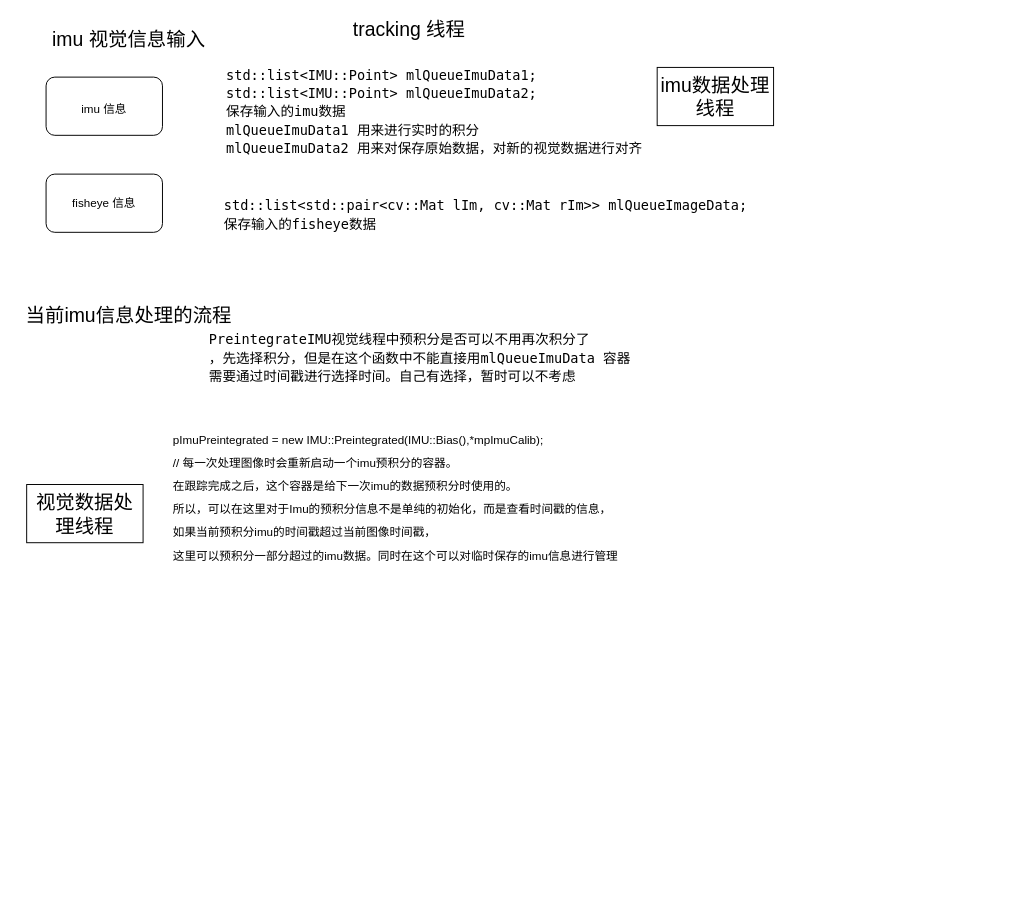
Earlier version of the draw.io diagram imu_fisheye.drawio (Peter1qaz2wsx/flow_chart-). Source tidied: cells renumbered, new cells numbered last; positions are measured from the earlier drawing's top-left corner, leaving out a move shared by most shapes. Both pictures are drawn from the tidied source at 97%, with x=0, y=0 at pixel (16, 18).
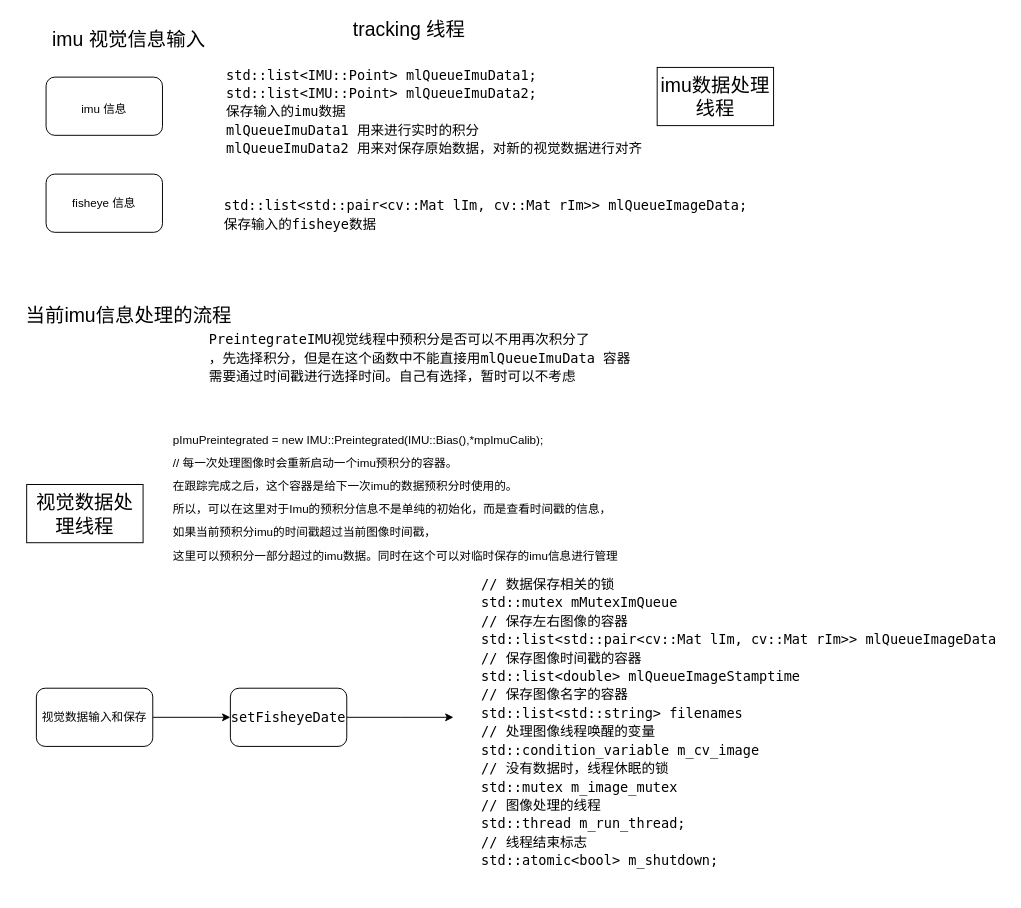
The same page after the edit.

Diff of the diagram source:
```diff
@@
 <mxGraphModel>
   <root>
     <mxCell id="0" />
     <mxCell id="1" parent="0" />
     <mxCell id="2" value="&lt;span style=&quot;font-size: 20px&quot;&gt;imu 视觉信息输入&lt;/span&gt;" style="text;html=1;align=center;verticalAlign=middle;strokeColor=none;fillColor=none;" parent="1" vertex="1">
       <mxGeometry x="30" y="10" width="170" height="20" as="geometry" />
     </mxCell>
     <mxCell id="3" value="&lt;font style=&quot;vertical-align: inherit ; font-size: 12px&quot;&gt;imu 信息&lt;/font&gt;" style="rounded=1;whiteSpace=wrap;html=1;fontSize=20;" parent="1" vertex="1">
       <mxGeometry x="30" y="60" width="120" height="60" as="geometry" />
     </mxCell>
     <mxCell id="4" value="fisheye 信息" style="rounded=1;whiteSpace=wrap;html=1;" parent="1" vertex="1">
       <mxGeometry x="30" y="160" width="120" height="60" as="geometry" />
     </mxCell>
     <mxCell id="5" value="&lt;font style=&quot;font-size: 20px&quot;&gt;tracking 线程&lt;/font&gt;" style="text;html=1;align=center;verticalAlign=middle;strokeColor=none;fillColor=none;fontSize=12;" parent="1" vertex="1">
       <mxGeometry x="339" width="130" height="20" as="geometry" />
     </mxCell>
     <mxCell id="6" value="&lt;div style=&quot;text-align: justify ; font-family: &amp;#34;droid sans mono&amp;#34; , &amp;#34;monospace&amp;#34; , monospace , &amp;#34;droid sans fallback&amp;#34; ; font-size: 14px ; line-height: 19px&quot;&gt;std::list&amp;lt;IMU::Point&amp;gt; mlQueueImuData1;&lt;/div&gt;&lt;div style=&quot;text-align: justify ; font-family: &amp;#34;droid sans mono&amp;#34; , &amp;#34;monospace&amp;#34; , monospace , &amp;#34;droid sans fallback&amp;#34; ; font-size: 14px ; line-height: 19px&quot;&gt;std::list&amp;lt;IMU::Point&amp;gt; mlQueueImuData2;&lt;br&gt;&lt;/div&gt;&lt;div style=&quot;text-align: justify ; font-family: &amp;#34;droid sans mono&amp;#34; , &amp;#34;monospace&amp;#34; , monospace , &amp;#34;droid sans fallback&amp;#34; ; font-size: 14px ; line-height: 19px&quot;&gt;保存输入的imu数据&lt;/div&gt;&lt;div style=&quot;text-align: justify ; font-family: &amp;#34;droid sans mono&amp;#34; , &amp;#34;monospace&amp;#34; , monospace , &amp;#34;droid sans fallback&amp;#34; ; font-size: 14px ; line-height: 19px&quot;&gt;mlQueueImuData1 用来进行实时的积分&lt;br&gt;&lt;/div&gt;&lt;div style=&quot;text-align: justify ; font-family: &amp;#34;droid sans mono&amp;#34; , &amp;#34;monospace&amp;#34; , monospace , &amp;#34;droid sans fallback&amp;#34; ; font-size: 14px ; line-height: 19px&quot;&gt;mlQueueImuData2 用来对保存原始数据，对新的视觉数据进行对齐&lt;br&gt;&lt;/div&gt;&lt;div style=&quot;text-align: justify ; font-family: &amp;#34;droid sans mono&amp;#34; , &amp;#34;monospace&amp;#34; , monospace , &amp;#34;droid sans fallback&amp;#34; ; font-size: 14px ; line-height: 19px&quot;&gt;&lt;br&gt;&lt;/div&gt;&lt;div style=&quot;text-align: justify ; font-family: &amp;#34;droid sans mono&amp;#34; , &amp;#34;monospace&amp;#34; , monospace , &amp;#34;droid sans fallback&amp;#34; ; font-size: 14px ; line-height: 19px&quot;&gt;&lt;br&gt;&lt;/div&gt;&lt;div style=&quot;text-align: justify ; font-family: &amp;#34;droid sans mono&amp;#34; , &amp;#34;monospace&amp;#34; , monospace , &amp;#34;droid sans fallback&amp;#34; ; font-size: 14px ; line-height: 19px&quot;&gt;&lt;br&gt;&lt;/div&gt;" style="text;html=1;align=center;verticalAlign=middle;strokeColor=none;fillColor=none;fontSize=20;" parent="1" vertex="1">
       <mxGeometry x="210" y="44" width="440" height="160" as="geometry" />
     </mxCell>
     <mxCell id="7" value="&lt;div style=&quot;text-align: justify ; font-family: &amp;#34;droid sans mono&amp;#34; , &amp;#34;monospace&amp;#34; , monospace , &amp;#34;droid sans fallback&amp;#34; ; font-size: 14px ; line-height: 19px&quot;&gt;std::list&amp;lt;std::pair&amp;lt;&lt;span style=&quot;font-family: &amp;#34;droid sans mono&amp;#34; , &amp;#34;monospace&amp;#34; , monospace , &amp;#34;droid sans fallback&amp;#34;&quot;&gt;cv&lt;/span&gt;&lt;span style=&quot;font-family: &amp;#34;droid sans mono&amp;#34; , &amp;#34;monospace&amp;#34; , monospace , &amp;#34;droid sans fallback&amp;#34;&quot;&gt;::Mat lIm,&amp;nbsp;&lt;/span&gt;&lt;span style=&quot;font-family: &amp;#34;droid sans mono&amp;#34; , &amp;#34;monospace&amp;#34; , monospace , &amp;#34;droid sans fallback&amp;#34; ; text-align: center&quot;&gt;cv&lt;/span&gt;&lt;span style=&quot;font-family: &amp;#34;droid sans mono&amp;#34; , &amp;#34;monospace&amp;#34; , monospace , &amp;#34;droid sans fallback&amp;#34; ; text-align: center&quot;&gt;::Mat rIm&amp;gt;&lt;/span&gt;&amp;gt; mlQueueImageData;&lt;/div&gt;&lt;div style=&quot;text-align: justify ; font-family: &amp;#34;droid sans mono&amp;#34; , &amp;#34;monospace&amp;#34; , monospace , &amp;#34;droid sans fallback&amp;#34; ; font-size: 14px ; line-height: 19px&quot;&gt;保存输入的fisheye数据&lt;/div&gt;" style="text;html=1;align=center;verticalAlign=middle;strokeColor=none;fillColor=none;fontSize=20;fontColor=#000000;" parent="1" vertex="1">
       <mxGeometry x="208" y="182" width="550" height="40" as="geometry" />
     </mxCell>
     <mxCell id="8" value="当前imu信息处理的流程" style="text;html=1;align=center;verticalAlign=middle;strokeColor=none;fillColor=none;fontSize=20;fontColor=#000000;" parent="1" vertex="1">
       <mxGeometry y="290" width="230" height="30" as="geometry" />
     </mxCell>
     <mxCell id="9" value="&lt;div style=&quot;text-align: justify ; font-family: &amp;#34;droid sans mono&amp;#34; , &amp;#34;monospace&amp;#34; , monospace , &amp;#34;droid sans fallback&amp;#34; ; font-size: 14px ; line-height: 19px&quot;&gt;PreintegrateIMU视觉线程中预积分是否可以不用再次积分了&lt;/div&gt;&lt;div style=&quot;text-align: justify ; font-family: &amp;#34;droid sans mono&amp;#34; , &amp;#34;monospace&amp;#34; , monospace , &amp;#34;droid sans fallback&amp;#34; ; font-size: 14px ; line-height: 19px&quot;&gt;，先选择积分，但是在这个函数中不能直接用&lt;span style=&quot;font-family: &amp;#34;droid sans mono&amp;#34; , &amp;#34;monospace&amp;#34; , monospace , &amp;#34;droid sans fallback&amp;#34; ; text-align: center&quot;&gt;mlQueueImuData 容器&lt;/span&gt;&lt;/div&gt;&lt;div style=&quot;text-align: justify ; font-family: &amp;#34;droid sans mono&amp;#34; , &amp;#34;monospace&amp;#34; , monospace , &amp;#34;droid sans fallback&amp;#34; ; font-size: 14px ; line-height: 19px&quot;&gt;&lt;span style=&quot;font-family: &amp;#34;droid sans mono&amp;#34; , &amp;#34;monospace&amp;#34; , monospace , &amp;#34;droid sans fallback&amp;#34; ; text-align: center&quot;&gt;需要通过时间戳进行选择时间。自己有选择，暂时可以不考虑&lt;/span&gt;&lt;/div&gt;" style="text;html=1;align=center;verticalAlign=middle;strokeColor=none;fillColor=none;fontSize=20;fontColor=#000000;" parent="1" vertex="1">
       <mxGeometry x="190" y="320" width="450" height="60" as="geometry" />
     </mxCell>
     <mxCell id="10" value="imu数据处理线程" style="whiteSpace=wrap;html=1;labelBackgroundColor=none;fontSize=20;fontColor=#000000;" parent="1" vertex="1">
       <mxGeometry x="660" y="50" width="120" height="60" as="geometry" />
     </mxCell>
     <mxCell id="11" value="视觉数据处理线程" style="whiteSpace=wrap;html=1;labelBackgroundColor=none;fontSize=20;fontColor=#000000;" parent="1" vertex="1">
       <mxGeometry x="10" y="480" width="120" height="60" as="geometry" />
     </mxCell>
     <mxCell id="12" value="&lt;div style=&quot;text-align: justify ; font-size: 12px&quot;&gt;&lt;span&gt;&lt;font style=&quot;font-size: 12px&quot;&gt;pImuPreintegrated = new IMU::Preintegrated(IMU::Bias(),*mpImuCalib);&lt;/font&gt;&lt;/span&gt;&lt;/div&gt;&lt;div style=&quot;text-align: justify&quot;&gt;&lt;span style=&quot;font-size: 12px&quot;&gt;// 每一次处理图像时会重新启动一个imu预积分的容器。&lt;/span&gt;&lt;/div&gt;&lt;div style=&quot;text-align: justify&quot;&gt;&lt;span style=&quot;font-size: 12px&quot;&gt;在跟踪完成之后，这个容器是给下一次imu的数据预积分时使用的。&lt;/span&gt;&lt;/div&gt;&lt;div style=&quot;text-align: justify&quot;&gt;&lt;span style=&quot;font-size: 12px&quot;&gt;所以，可以在这里对于Imu的预积分信息不是单纯的初始化，而是查看时间戳的信息，&lt;/span&gt;&lt;/div&gt;&lt;div style=&quot;text-align: justify&quot;&gt;&lt;span style=&quot;font-size: 12px&quot;&gt;如果当前预积分imu的时间戳超过当前图像时间戳，&lt;/span&gt;&lt;/div&gt;&lt;div style=&quot;text-align: justify&quot;&gt;&lt;span style=&quot;font-size: 12px&quot;&gt;这里可以预积分一部分超过的imu数据。同时在这个可以对临时保存的imu信息进行管理&lt;/span&gt;&lt;br&gt;&lt;/div&gt;" style="text;html=1;align=center;verticalAlign=middle;strokeColor=none;fillColor=none;fontSize=20;fontColor=#000000;" parent="1" vertex="1">
       <mxGeometry x="155" y="415" width="470" height="160" as="geometry" />
     </mxCell>
+    <mxCell id="13" style="edgeStyle=orthogonalEdgeStyle;rounded=0;jettySize=auto;html=1;" parent="1" edge="1" source="14" target="16">
+      <mxGeometry relative="1" as="geometry" />
+    </mxCell>
+    <mxCell id="14" value="视觉数据输入和保存" style="rounded=1;whiteSpace=wrap;html=1;" parent="1" vertex="1">
+      <mxGeometry x="20" y="690" width="120" height="60" as="geometry" />
+    </mxCell>
+    <mxCell id="15" style="edgeStyle=orthogonalEdgeStyle;rounded=0;jettySize=auto;html=1;fontColor=#000000;" parent="1" edge="1" source="16">
+      <mxGeometry relative="1" as="geometry">
+        <mxPoint x="450" y="720" as="targetPoint" />
+      </mxGeometry>
+    </mxCell>
+    <mxCell id="16" value="&lt;div style=&quot;font-family: &amp;#34;droid sans mono&amp;#34; , &amp;#34;monospace&amp;#34; , monospace , &amp;#34;droid sans fallback&amp;#34; ; font-size: 14px ; line-height: 19px&quot;&gt;setFisheyeDate&lt;/div&gt;" style="whiteSpace=wrap;html=1;rounded=1;" parent="1" vertex="1">
+      <mxGeometry x="220" y="690" width="120" height="60" as="geometry" />
+    </mxCell>
+    <mxCell id="17" value="&lt;div style=&quot;font-size: 14px ; line-height: 19px ; font-family: &amp;#34;droid sans mono&amp;#34; , &amp;#34;monospace&amp;#34; , monospace , &amp;#34;droid sans fallback&amp;#34;&quot;&gt;&lt;div style=&quot;text-align: justify&quot;&gt;// 数据保存相关的锁&lt;/div&gt;&lt;div style=&quot;text-align: justify&quot;&gt;std::mutex mMutexImQueue&lt;br&gt;&lt;/div&gt;&lt;div style=&quot;text-align: justify&quot;&gt;// 保存左右图像的容器&lt;/div&gt;&lt;div style=&quot;text-align: justify&quot;&gt;std::list&amp;lt;std::pair&amp;lt;cv::Mat lIm, cv::Mat rIm&amp;gt;&amp;gt; mlQueueImageData&lt;/div&gt;&lt;div style=&quot;text-align: justify&quot;&gt;// 保存图像时间戳的容器&lt;/div&gt;&lt;div style=&quot;text-align: justify&quot;&gt;std::list&amp;lt;double&amp;gt; mlQueueImageStamptime&lt;/div&gt;&lt;div style=&quot;text-align: justify&quot;&gt;// 保存图像名字的容器&lt;/div&gt;&lt;div style=&quot;text-align: justify&quot;&gt;std::list&amp;lt;std::string&amp;gt; filenames&lt;/div&gt;&lt;div style=&quot;text-align: justify&quot;&gt;// 处理图像线程唤醒的变量&lt;/div&gt;&lt;div style=&quot;text-align: justify&quot;&gt;std::condition_variable m_cv_image&lt;/div&gt;&lt;div style=&quot;text-align: justify&quot;&gt;// 没有数据时，线程休眠的锁&lt;/div&gt;&lt;div style=&quot;text-align: justify&quot;&gt;std::mutex&amp;nbsp;&lt;span style=&quot;font-family: &amp;#34;droid sans mono&amp;#34; , &amp;#34;monospace&amp;#34; , monospace , &amp;#34;droid sans fallback&amp;#34; ; text-align: center&quot;&gt;m_image_mutex&lt;/span&gt;&lt;/div&gt;&lt;div style=&quot;text-align: justify&quot;&gt;&lt;span style=&quot;font-family: &amp;#34;droid sans mono&amp;#34; , &amp;#34;monospace&amp;#34; , monospace , &amp;#34;droid sans fallback&amp;#34; ; text-align: center&quot;&gt;// 图像处理的线程&lt;/span&gt;&lt;/div&gt;&lt;div style=&quot;text-align: justify&quot;&gt;&lt;div style=&quot;font-family: &amp;#34;droid sans mono&amp;#34; , &amp;#34;monospace&amp;#34; , monospace , &amp;#34;droid sans fallback&amp;#34; ; line-height: 19px&quot;&gt;std::thread m_run_thread;&lt;/div&gt;&lt;div style=&quot;font-family: &amp;#34;droid sans mono&amp;#34; , &amp;#34;monospace&amp;#34; , monospace , &amp;#34;droid sans fallback&amp;#34; ; line-height: 19px&quot;&gt;// 线程结束标志&lt;/div&gt;&lt;div style=&quot;font-family: &amp;#34;droid sans mono&amp;#34; , &amp;#34;monospace&amp;#34; , monospace , &amp;#34;droid sans fallback&amp;#34; ; line-height: 19px&quot;&gt;&lt;div style=&quot;font-family: &amp;#34;droid sans mono&amp;#34; , &amp;#34;monospace&amp;#34; , monospace , &amp;#34;droid sans fallback&amp;#34; ; line-height: 19px&quot;&gt;std::atomic&amp;lt;bool&amp;gt; m_shutdown;&lt;/div&gt;&lt;/div&gt;&lt;div style=&quot;font-family: &amp;#34;droid sans mono&amp;#34; , &amp;#34;monospace&amp;#34; , monospace , &amp;#34;droid sans fallback&amp;#34; ; line-height: 19px&quot;&gt;&lt;br&gt;&lt;/div&gt;&lt;/div&gt;&lt;/div&gt;" style="text;html=1;align=center;verticalAlign=middle;strokeColor=none;fillColor=none;fontColor=#000000;" parent="1" vertex="1">
+      <mxGeometry x="469" y="570" width="550" height="330" as="geometry" />
+    </mxCell>
   </root>
 </mxGraphModel>
```
